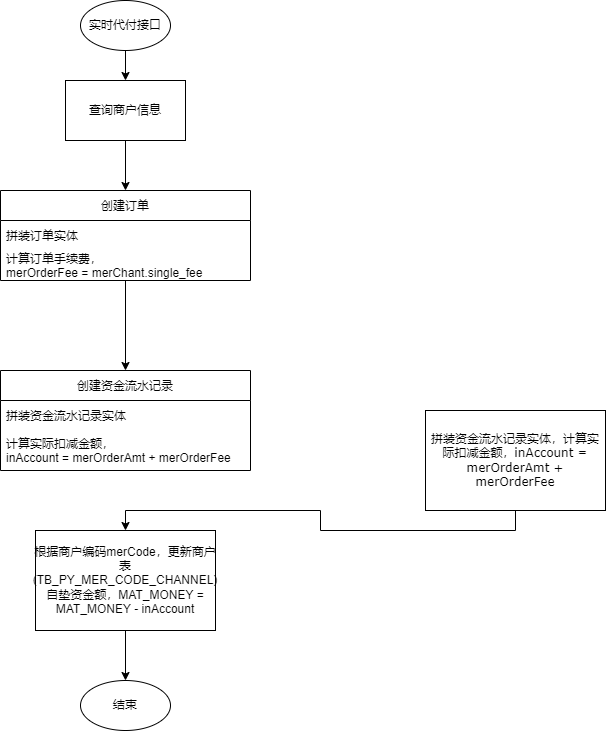
Above: 商户交易手续费计算.png in songyibo2019/mydiagrams (draw.io), before the change. Source tidied: cells renumbered, new cells last; positions are measured from the earlier drawing's top-left corner, leaving out a move shared by most shapes.
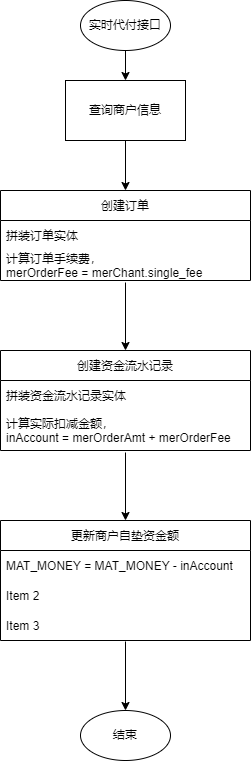
After the commit.

Commit message:
Update 商户交易手续费计算.png

Change to the diagram source:
```diff
@@ -14,26 +14,9 @@
     <mxCell id="5" value="查询商户信息" style="rounded=0;whiteSpace=wrap;html=1;" parent="1" vertex="1">
       <mxGeometry x="65" y="80" width="120" height="60" as="geometry" />
     </mxCell>
-    <mxCell id="6" style="edgeStyle=orthogonalEdgeStyle;rounded=0;jettySize=auto;html=1;exitX=0.5;exitY=1;exitDx=0;exitDy=0;entryX=0.5;entryY=0;entryDx=0;entryDy=0;" parent="1" edge="1" source="7" target="9">
-      <mxGeometry relative="1" as="geometry" />
-    </mxCell>
-    <mxCell id="7" value="&lt;span style=&quot;font-family: &amp;#34;verdana&amp;#34; ; font-size: 8px&quot;&gt;拼装资金流水记录实体，计算实际扣减金额，&lt;/span&gt;&lt;font face=&quot;verdana&quot;&gt;&lt;span style=&quot;font-size: 8px&quot;&gt;inAccount = merOrderAmt + merOrderFee&lt;/span&gt;&lt;/font&gt;" style="rounded=0;whiteSpace=wrap;html=1;" parent="1" vertex="1">
-      <mxGeometry x="425" y="410" width="180" height="100" as="geometry" />
-    </mxCell>
-    <mxCell id="8" style="edgeStyle=orthogonalEdgeStyle;rounded=0;jettySize=auto;html=1;exitX=0.5;exitY=1;exitDx=0;exitDy=0;entryX=0.5;entryY=0;entryDx=0;entryDy=0;" parent="1" edge="1" source="9" target="10">
-      <mxGeometry relative="1" as="geometry" />
-    </mxCell>
-    <mxCell id="9" value="根据商户编码merCode，更新商户表(TB_PY_MER_CODE_CHANNEL)自垫资金额，MAT_MONEY = MAT_MONEY - inAccount" style="rounded=0;whiteSpace=wrap;html=1;" parent="1" vertex="1">
-      <mxGeometry x="35" y="530" width="180" height="100" as="geometry" />
-    </mxCell>
     <mxCell id="10" value="结束" style="ellipse;whiteSpace=wrap;html=1;" parent="1" vertex="1">
-      <mxGeometry x="80" y="680" width="90" height="50" as="geometry" />
+      <mxGeometry x="80" y="710" width="90" height="50" as="geometry" />
     </mxCell>
-    <mxCell id="11" style="edgeStyle=orthogonalEdgeStyle;rounded=0;jettySize=auto;html=1;" parent="1" edge="1" source="12">
-      <mxGeometry relative="1" as="geometry">
-        <mxPoint x="125" y="370" as="targetPoint" />
-      </mxGeometry>
-    </mxCell>
     <mxCell id="12" value="创建订单" style="swimlane;fontStyle=0;horizontal=1;startSize=30;" parent="1" vertex="1">
       <mxGeometry y="190" width="250" height="90" as="geometry" />
     </mxCell>
@@ -44,7 +27,7 @@
       <mxGeometry y="60" width="250" height="30" as="geometry" />
     </mxCell>
     <mxCell id="15" value="创建资金流水记录" style="swimlane;fontStyle=0;horizontal=1;startSize=30;" parent="1" vertex="1">
-      <mxGeometry y="370" width="250" height="100" as="geometry" />
+      <mxGeometry y="350" width="250" height="100" as="geometry" />
     </mxCell>
     <mxCell id="16" value="拼装资金流水记录实体" style="text;strokeColor=none;fillColor=none;align=left;verticalAlign=middle;spacingLeft=4;spacingRight=4;overflow=hidden;" parent="15" vertex="1">
       <mxGeometry y="30" width="250" height="30" as="geometry" />
@@ -52,5 +35,26 @@
     <mxCell id="17" value="计算实际扣减金额，&#10;inAccount = merOrderAmt + merOrderFee" style="text;strokeColor=none;fillColor=none;align=left;verticalAlign=middle;spacingLeft=4;spacingRight=4;overflow=hidden;points=[[0,0.5],[1,0.5]];portConstraint=eastwest;" parent="15" vertex="1">
       <mxGeometry y="60" width="250" height="40" as="geometry" />
     </mxCell>
+    <mxCell id="18" value="更新商户自垫资金额" style="swimlane;fontStyle=0;horizontal=1;startSize=30;" parent="1" vertex="1">
+      <mxGeometry y="520" width="250" height="120" as="geometry" />
+    </mxCell>
+    <mxCell id="19" value="MAT_MONEY = MAT_MONEY - inAccount" style="text;strokeColor=none;fillColor=none;align=left;verticalAlign=middle;spacingLeft=4;spacingRight=4;overflow=hidden;" parent="18" vertex="1">
+      <mxGeometry y="30" width="250" height="30" as="geometry" />
+    </mxCell>
+    <mxCell id="20" value="Item 2" style="text;strokeColor=none;fillColor=none;align=left;verticalAlign=middle;spacingLeft=4;spacingRight=4;overflow=hidden;" parent="18" vertex="1">
+      <mxGeometry y="60" width="250" height="30" as="geometry" />
+    </mxCell>
+    <mxCell id="21" value="Item 3" style="text;strokeColor=none;fillColor=none;align=left;verticalAlign=middle;spacingLeft=4;spacingRight=4;overflow=hidden;points=[[0,0.5],[1,0.5]];portConstraint=eastwest;" parent="18" vertex="1">
+      <mxGeometry y="90" width="250" height="30" as="geometry" />
+    </mxCell>
+    <mxCell id="22" style="endArrow=classic;html=1;rounded=0;exitX=0.5;exitY=1.067;exitDx=0;exitDy=0;exitPerimeter=0;entryX=0.5;entryY=0;entryDx=0;entryDy=0;" parent="1" edge="1" source="14" target="15">
+      <mxGeometry relative="1" as="geometry" />
+    </mxCell>
+    <mxCell id="23" style="endArrow=classic;html=1;rounded=0;exitX=0.5;exitY=1.05;exitDx=0;exitDy=0;exitPerimeter=0;entryX=0.5;entryY=0;entryDx=0;entryDy=0;" parent="1" edge="1" source="17" target="18">
+      <mxGeometry relative="1" as="geometry" />
+    </mxCell>
+    <mxCell id="24" style="endArrow=classic;html=1;rounded=0;exitX=0.5;exitY=1.033;exitDx=0;exitDy=0;exitPerimeter=0;entryX=0.5;entryY=0;entryDx=0;entryDy=0;" parent="1" edge="1" source="21" target="10">
+      <mxGeometry relative="1" as="geometry" />
+    </mxCell>
   </root>
 </mxGraphModel>
```
